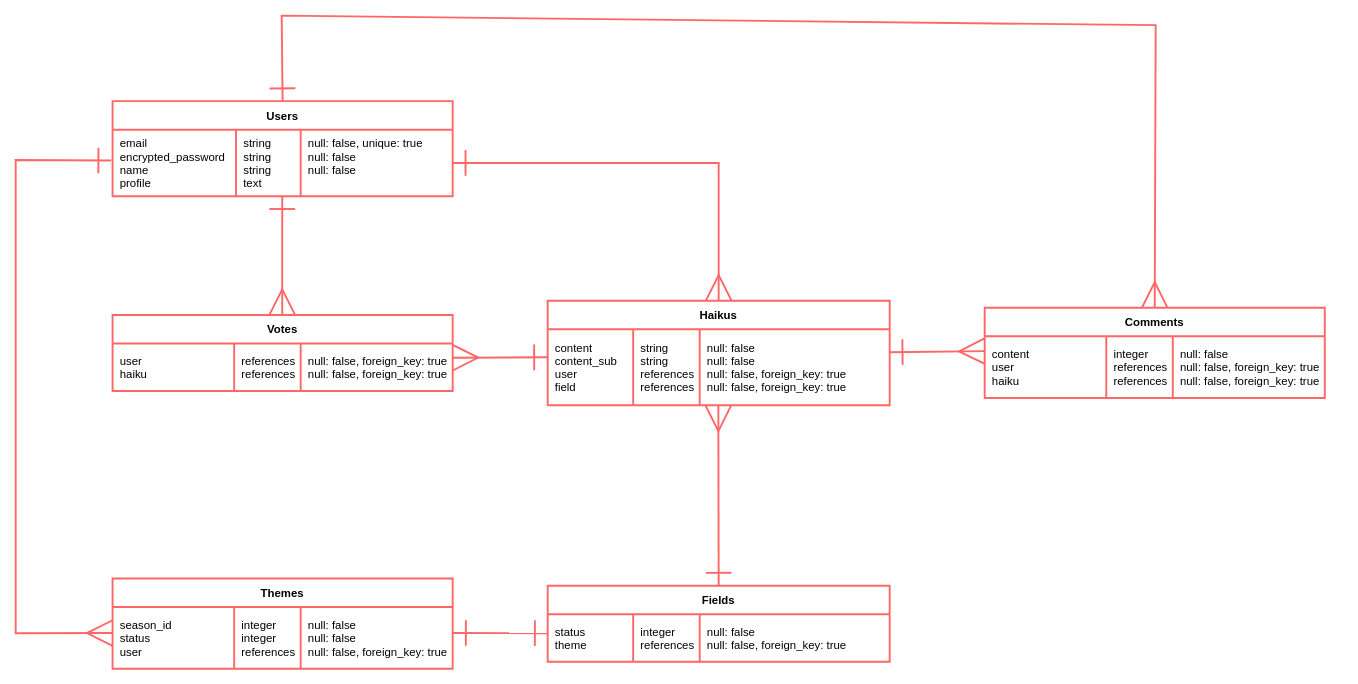
Earlier version of the draw.io diagram touku-room.dio (greenwalk/touku-room). Source tidied: cells renumbered, new cells numbered last; positions are measured from the earlier drawing's top-left corner, leaving out a move shared by most shapes. Both pictures are drawn from the tidied source at 95%, with x=0, y=0 at pixel (15, 15).
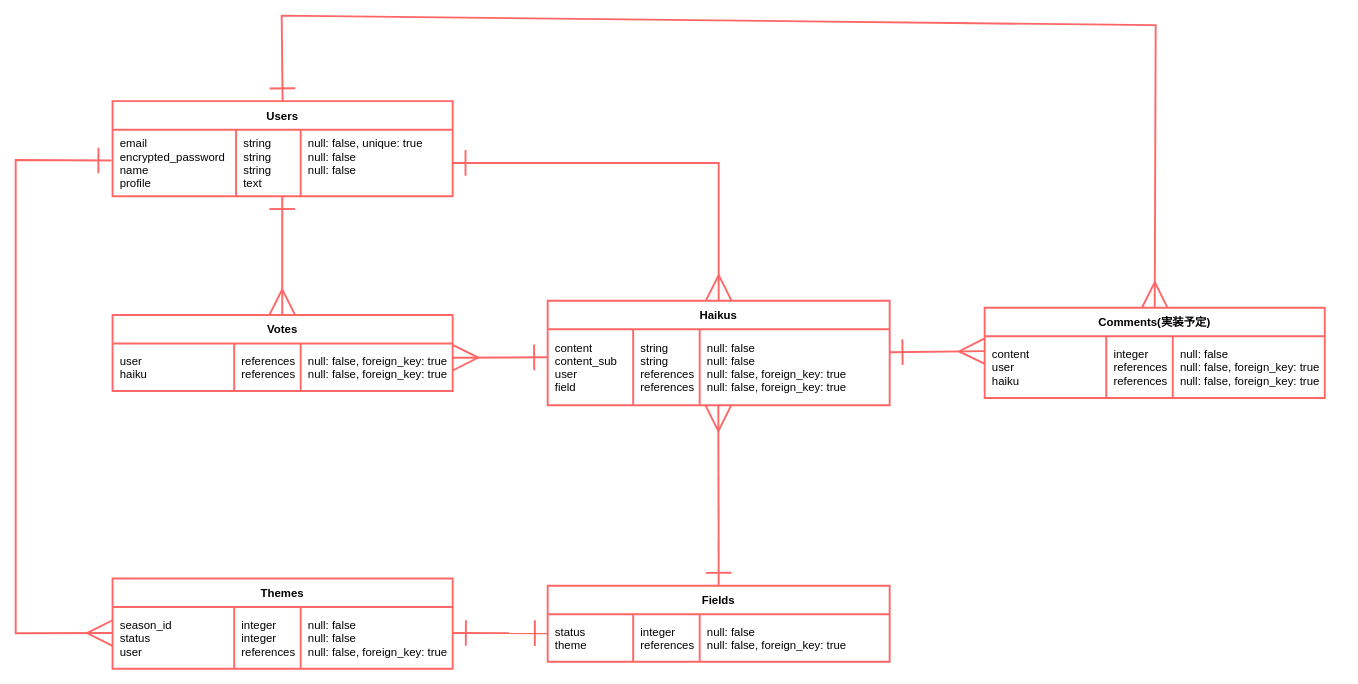
The same page after the edit.

Diff of the diagram source:
```diff
@@
-    <mxCell id="27" value="Comments" style="shape=table;startSize=30;childLayout=tableLayout;rowLines=0;fontStyle=1;align=center;labelBorderColor=none;strokeWidth=2;strokeColor=#FF6666;" parent="1" vertex="1">
+    <mxCell id="27" value="Comments(実装予定)" style="shape=table;startSize=30;childLayout=tableLayout;rowLines=0;fontStyle=1;align=center;labelBorderColor=none;strokeWidth=2;strokeColor=#FF6666;" parent="1" vertex="1">
       <mxGeometry x="1020" y="307.5" width="358" height="95" as="geometry" />
     </mxCell>
```
